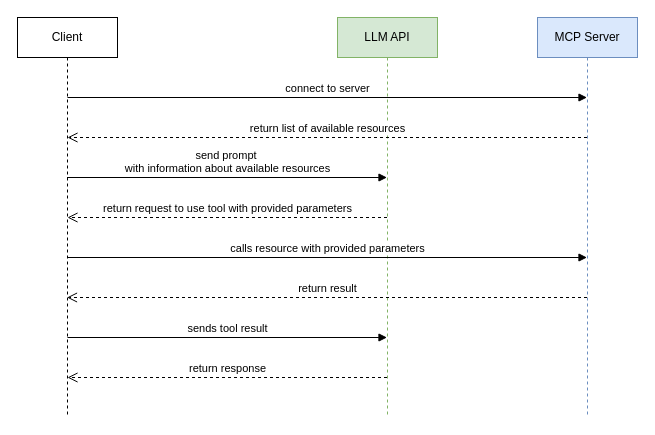
Before: docs/06.drawio in pellehenriksson/ai-kompetens-2025-06-05, a draw.io diagram. Source tidied: cells renumbered, new cells numbered last; positions are measured from the earlier drawing's top-left corner, leaving out a move shared by most shapes. Both pictures are drawn from the tidied source at 100%, with x=0, y=0 at pixel (17, 17).
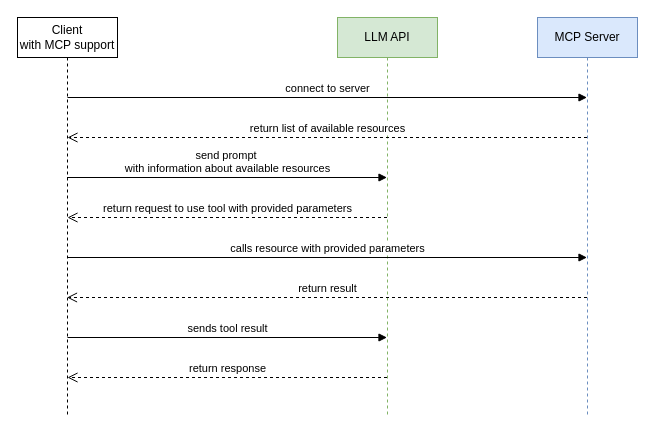
The same diagram, later.

Diff of the diagram source:
```diff
@@
-    <mxCell id="2" value="Client" style="shape=umlLifeline;perimeter=lifelinePerimeter;whiteSpace=wrap;html=1;newEdgeStyle={&quot;curved&quot;:0,&quot;rounded&quot;:0};" parent="1" vertex="1">
+    <mxCell id="2" value="Client&lt;br&gt;with MCP support" style="shape=umlLifeline;perimeter=lifelinePerimeter;whiteSpace=wrap;html=1;newEdgeStyle={&quot;curved&quot;:0,&quot;rounded&quot;:0};" parent="1" vertex="1">
       <mxGeometry width="100" height="400" as="geometry" />
     </mxCell>
```
